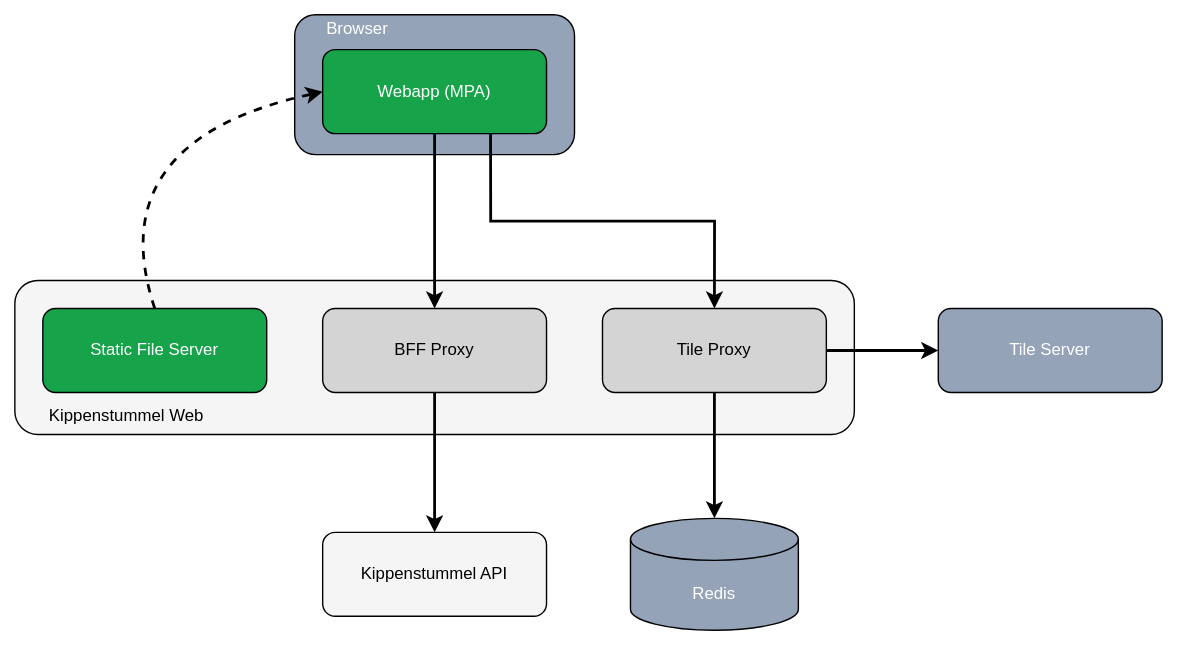
Before: docs/images/architecture-overview.svg, a diagram exported from draw.io (MuellerConstantin/kippenstummel-web). Source tidied: cells renumbered, new cells last; positions are measured from the earlier drawing's top-left corner, leaving out a move shared by most shapes.
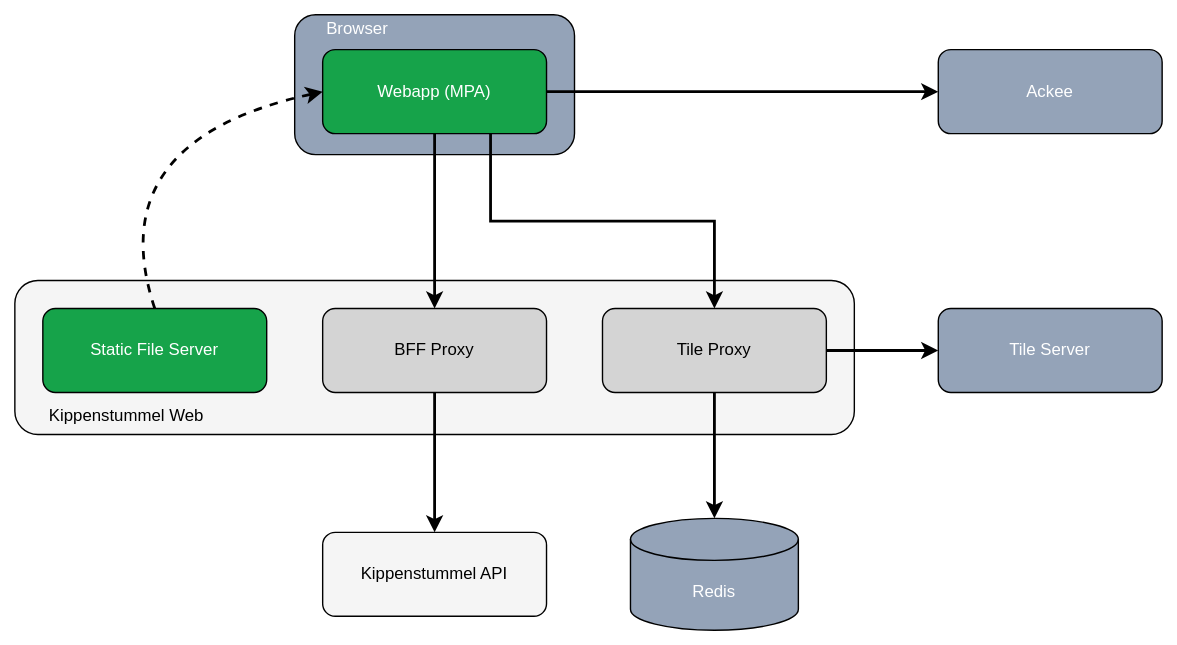
The same file after the commit.

Diff of the diagram source:
```diff
@@ -23,6 +23,9 @@
     <mxCell id="8" style="edgeStyle=orthogonalEdgeStyle;rounded=0;jettySize=auto;html=1;exitX=0.75;exitY=1;exitDx=0;exitDy=0;entryX=0.5;entryY=0;entryDx=0;entryDy=0;strokeWidth=2;" parent="1" edge="1" source="9" target="12">
       <mxGeometry relative="1" as="geometry" />
     </mxCell>
+    <mxCell id="19" style="edgeStyle=orthogonalEdgeStyle;rounded=0;jettySize=auto;html=1;exitX=1;exitY=0.5;exitDx=0;exitDy=0;entryX=0;entryY=0.5;entryDx=0;entryDy=0;strokeWidth=2;" parent="1" edge="1" source="9" target="20">
+      <mxGeometry relative="1" as="geometry" />
+    </mxCell>
     <mxCell id="9" value="&lt;span style=&quot;color: rgb(255, 255, 255);&quot;&gt;Webapp (MPA)&lt;/span&gt;" style="rounded=1;whiteSpace=wrap;html=1;fillColor=#16A34A;strokeColor=#000000;" parent="1" vertex="1">
       <mxGeometry x="220" y="25" width="160" height="60" as="geometry" />
     </mxCell>
@@ -57,5 +60,8 @@
     <mxCell id="18" value="Kippenstummel API" style="rounded=1;whiteSpace=wrap;html=1;fillColor=#F5F5F5;" parent="1" vertex="1">
       <mxGeometry x="220" y="370" width="160" height="60" as="geometry" />
     </mxCell>
+    <mxCell id="20" value="&lt;span style=&quot;color: rgb(255, 255, 255);&quot;&gt;Ackee&lt;/span&gt;" style="rounded=1;whiteSpace=wrap;html=1;fillColor=#94A3B8;strokeColor=#000000;" parent="1" vertex="1">
+      <mxGeometry x="660" y="25" width="160" height="60" as="geometry" />
+    </mxCell>
   </root>
 </mxGraphModel>
```
